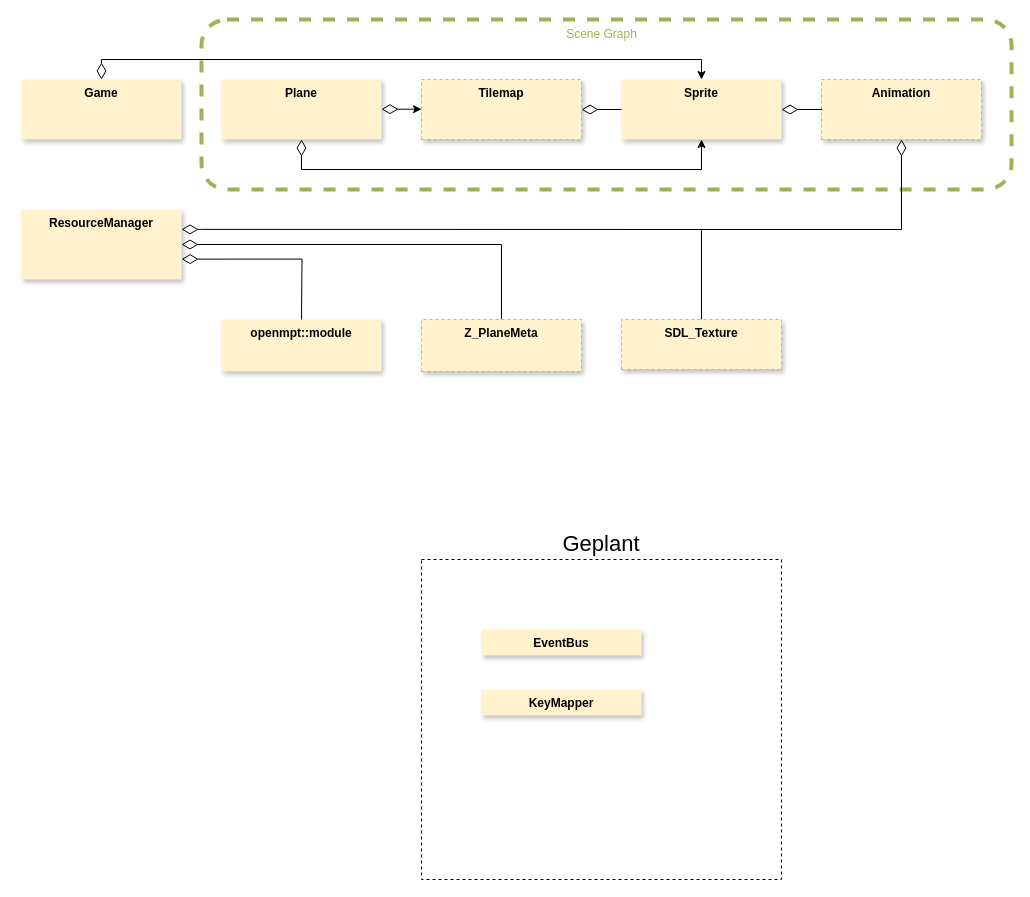
Earlier version of the draw.io diagram ComponentsV2.drawio (zibonbadi/flowerdefense). Source tidied: cells renumbered, new cells numbered last; positions are measured from the earlier drawing's top-left corner, leaving out a move shared by most shapes. Both pictures are drawn from the tidied source at 100%, with x=0, y=0 at pixel (21, 19).
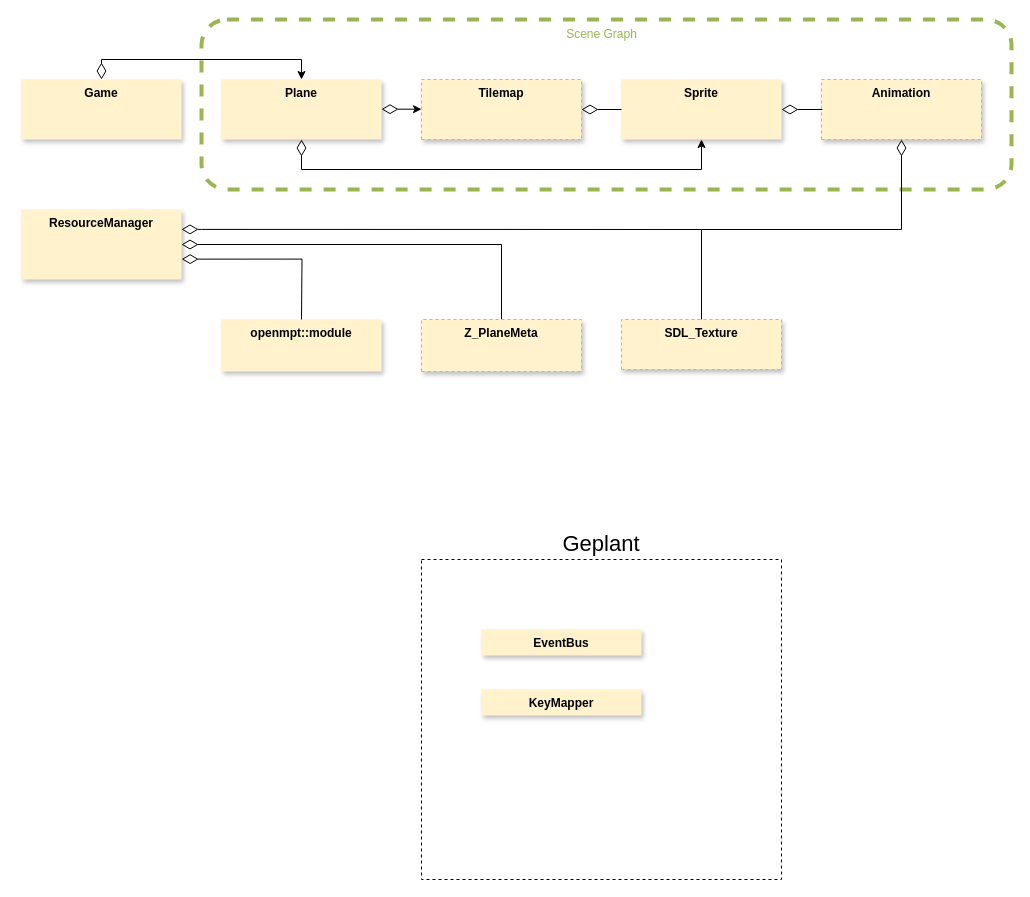
After the change.

The change refers to these unchanged cells:
```xml
<mxCell id="5" value="Plane" style="swimlane;fontStyle=1;align=center;verticalAlign=top;horizontal=1;startSize=60;dashed=1;fontSize=12;fillColor=#fff2cc;strokeColor=none;shadow=1;" parent="1" vertex="1">
  <mxGeometry x="200" y="60" width="160" height="60" as="geometry" />
</mxCell>
<mxCell id="10" value="Game" style="swimlane;fontStyle=1;align=center;verticalAlign=top;horizontal=1;startSize=60;dashed=1;fontSize=12;fillColor=#fff2cc;strokeColor=none;shadow=1;" parent="1" vertex="1">
  <mxGeometry y="60" width="160" height="70" as="geometry" />
</mxCell>
<mxCell id="16" value="Sprite" style="swimlane;fontStyle=1;align=center;verticalAlign=top;horizontal=1;startSize=60;dashed=1;fontSize=12;fillColor=#fff2cc;strokeColor=none;shadow=1;" parent="1" vertex="1">
  <mxGeometry x="600" y="60" width="160" height="60" as="geometry" />
</mxCell>
```

The edit, as a diff of the source:
```diff
@@
-    <mxCell id="8" style="edgeStyle=orthogonalEdgeStyle;rounded=0;jettySize=auto;html=1;entryX=0.5;entryY=0;entryDx=0;entryDy=0;fontSize=12;startSize=14;startArrow=diamondThin;startFill=0;" parent="1" edge="1" source="10" target="16">
+    <mxCell id="8" style="edgeStyle=orthogonalEdgeStyle;rounded=0;jettySize=auto;html=1;entryX=0.5;entryY=0;entryDx=0;entryDy=0;fontSize=12;startSize=14;startArrow=diamondThin;startFill=0;" parent="1" edge="1" source="10" target="5">
       <mxGeometry relative="1" as="geometry">
         <Array as="points">
           <mxPoint x="80" y="40" />
-          <mxPoint x="680" y="40" />
+          <mxPoint x="280" y="40" />
         </Array>
       </mxGeometry>
     </mxCell>
```
